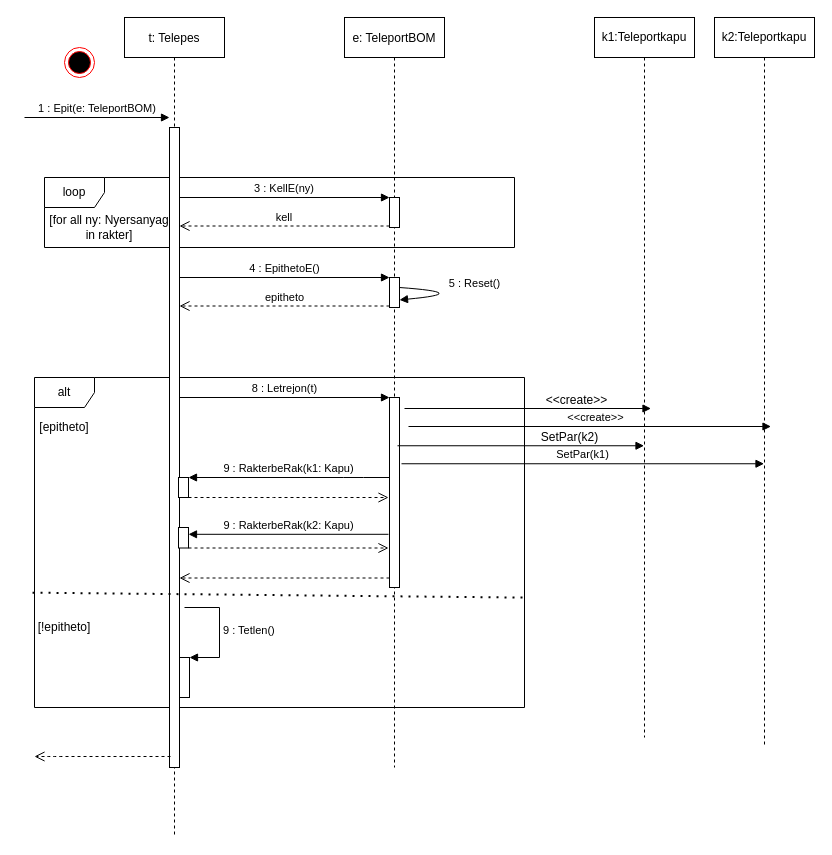
Earlier version of the draw.io diagram page "Page-2" (1 of 2) of doc/uml/szekvencia_teleportEpit.drawio (torpeBoiGo/aszteroidabanyaszat). Source tidied: cells renumbered, new cells numbered last; positions are measured from the earlier drawing's top-left corner, leaving out a move shared by most shapes. Both pictures are drawn from the tidied source at 100%, with x=0, y=0 at pixel (24, 17).
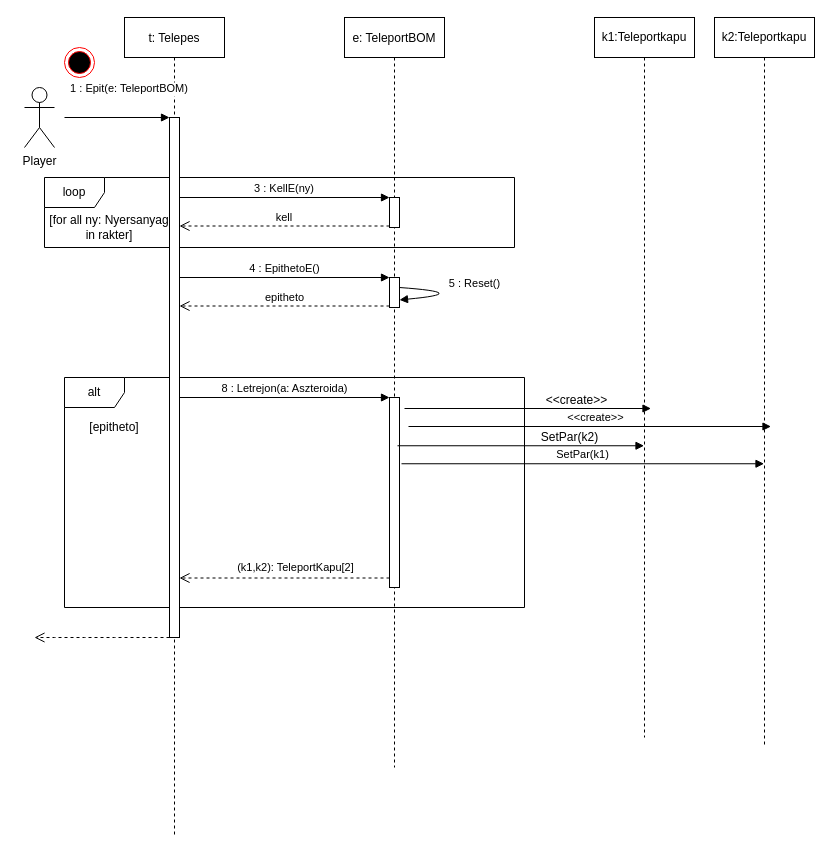
The same diagram, later.

The change refers to these unchanged cells:
```xml
<mxCell id="5" value="t: Telepes" style="shape=umlLifeline;perimeter=lifelinePerimeter;rounded=0;shadow=0;strokeWidth=1;" parent="1" vertex="1">
  <mxGeometry x="100" width="100" height="820" as="geometry" />
</mxCell>
<mxCell id="15" style="html=1;points=[];perimeter=orthogonalPerimeter;" parent="12" vertex="1">
  <mxGeometry x="45" y="380" width="10" height="190" as="geometry" />
</mxCell>
<mxCell id="26" style="html=1;verticalAlign=bottom;endArrow=open;dashed=1;endSize=8;exitX=0;exitY=0.95;" parent="1" edge="1" source="15" target="6">
  <mxGeometry relative="1" as="geometry" />
</mxCell>
```

What changed in the source:
```diff
@@
     <mxCell id="2" value="alt" style="shape=umlFrame;whiteSpace=wrap;html=1;" parent="1" vertex="1">
-      <mxGeometry x="10" y="360" width="490" height="330" as="geometry" />
+      <mxGeometry x="40" y="360" width="460" height="230" as="geometry" />
     </mxCell>
@@
     <mxCell id="6" style="html=1;points=[];perimeter=orthogonalPerimeter;" parent="5" vertex="1">
-      <mxGeometry x="45" y="110" width="10" height="640" as="geometry" />
+      <mxGeometry x="45" y="100" width="10" height="520" as="geometry" />
     </mxCell>
-    <mxCell id="7" style="html=1;points=[];perimeter=orthogonalPerimeter;" parent="5" vertex="1">
-      <mxGeometry x="55" y="640" width="10" height="40" as="geometry" />
-    </mxCell>
-    <mxCell id="8" value="9 : Tetlen()" style="edgeStyle=orthogonalEdgeStyle;html=1;align=left;spacingLeft=2;endArrow=block;rounded=0;entryX=1;entryY=0;" parent="5" edge="1" target="7">
-      <mxGeometry relative="1" as="geometry">
-        <mxPoint x="60" y="590" as="sourcePoint" />
-        <Array as="points">
-          <mxPoint x="95" y="590" />
-          <mxPoint x="95" y="640" />
-        </Array>
-      </mxGeometry>
-    </mxCell>
-    <mxCell id="9" style="html=1;points=[];perimeter=orthogonalPerimeter;" parent="5" vertex="1">
-      <mxGeometry x="54" y="510" width="10" height="20.5" as="geometry" />
-    </mxCell>
-    <mxCell id="10" style="html=1;points=[];perimeter=orthogonalPerimeter;" parent="5" vertex="1">
-      <mxGeometry x="54" y="460" width="10" height="20" as="geometry" />
-    </mxCell>
-    <mxCell id="11" style="html=1;verticalAlign=bottom;endArrow=open;dashed=1;endSize=8;" parent="5" edge="1" source="10">
-      <mxGeometry relative="1" as="geometry">
-        <mxPoint x="264" y="480" as="targetPoint" />
-        <Array as="points">
-          <mxPoint x="139" y="480" />
-        </Array>
-      </mxGeometry>
-    </mxCell>
@@
     <mxCell id="19" value="[epitheto]" style="text;html=1;strokeColor=none;fillColor=none;align=center;verticalAlign=middle;whiteSpace=wrap;rounded=0;" parent="1" vertex="1">
-      <mxGeometry x="20" y="400" width="40" height="20" as="geometry" />
+      <mxGeometry x="70" y="400" width="40" height="20" as="geometry" />
     </mxCell>
@@
     <mxCell id="21" value="1 : Epit(e: TeleportBOM)" style="verticalAlign=bottom;startArrow=none;endArrow=block;startSize=8;shadow=0;strokeWidth=1;startFill=0;" parent="1" edge="1">
-      <mxGeometry relative="1" as="geometry">
-        <mxPoint y="100" as="sourcePoint" />
+      <mxGeometry x="0.24" y="20" relative="1" as="geometry">
+        <mxPoint x="40" y="100" as="sourcePoint" />
         <mxPoint x="145" y="100" as="targetPoint" />
       </mxGeometry>
     </mxCell>
-    <mxCell id="22" style="html=1;verticalAlign=bottom;endArrow=open;dashed=1;endSize=8;" parent="1" edge="1">
+    <mxCell id="22" style="html=1;verticalAlign=bottom;endArrow=open;dashed=1;endSize=8;" parent="1" edge="1" source="6">
       <mxGeometry relative="1" as="geometry">
-        <mxPoint x="146" y="739" as="sourcePoint" />
-        <mxPoint x="10" y="739" as="targetPoint" />
+        <mxPoint x="10" y="620" as="targetPoint" />
         <Array as="points">
-          <mxPoint x="90" y="739" />
-          <mxPoint x="60" y="739" />
-          <mxPoint x="30" y="739" />
+          <mxPoint x="100" y="620" />
+          <mxPoint x="70" y="620" />
+          <mxPoint x="40" y="620" />
         </Array>
       </mxGeometry>
     </mxCell>
-    <mxCell id="23" style="endArrow=none;dashed=1;html=1;dashPattern=1 3;strokeWidth=2;entryX=0.998;entryY=0.667;entryDx=0;entryDy=0;entryPerimeter=0;exitX=-0.004;exitY=0.652;exitDx=0;exitDy=0;exitPerimeter=0;" parent="1" edge="1" source="2" target="2">
-      <mxGeometry relative="1" as="geometry" />
-    </mxCell>
-    <mxCell id="24" value="[!epitheto]" style="text;html=1;strokeColor=none;fillColor=none;align=center;verticalAlign=middle;whiteSpace=wrap;rounded=0;" parent="1" vertex="1">
-      <mxGeometry x="20" y="600" width="40" height="20" as="geometry" />
-    </mxCell>
-    <mxCell id="25" value="8 : Letrejon(t)" style="html=1;verticalAlign=bottom;endArrow=block;entryX=0;entryY=0;" parent="1" edge="1" source="6" target="15">
+    <mxCell id="25" value="8 : Letrejon(a: Aszteroida)" style="html=1;verticalAlign=bottom;endArrow=block;entryX=0;entryY=0;" parent="1" edge="1" source="6" target="15">
       <mxGeometry relative="1" as="geometry" />
     </mxCell>
@@
-    <mxCell id="27" value="9 : RakterbeRak(k2: Kapu)" style="html=1;verticalAlign=bottom;endArrow=block;exitX=0.45;exitY=0.649;exitDx=0;exitDy=0;exitPerimeter=0;" parent="1" edge="1" target="9">
-      <mxGeometry relative="1" as="geometry">
-        <mxPoint x="364" y="516.8" as="sourcePoint" />
-      </mxGeometry>
-    </mxCell>
-    <mxCell id="28" style="html=1;verticalAlign=bottom;endArrow=open;dashed=1;endSize=8;" parent="1" edge="1" source="9">
-      <mxGeometry relative="1" as="geometry">
-        <mxPoint x="364" y="530.5" as="targetPoint" />
-        <Array as="points">
-          <mxPoint x="239" y="530.5" />
-        </Array>
-      </mxGeometry>
-    </mxCell>
+    <mxCell id="40" value="(k1,k2): TeleportKapu[2]" style="edgeLabel;html=1;align=center;verticalAlign=middle;" parent="26" vertex="1">
+      <mxGeometry x="-0.2" y="-3" relative="1" as="geometry">
+        <mxPoint x="-11" y="-7.5" as="offset" />
+      </mxGeometry>
+    </mxCell>
@@
-    <mxCell id="31" value="9 : RakterbeRak(k1: Kapu)" style="html=1;verticalAlign=bottom;endArrow=block;exitX=0.1;exitY=0.263;exitDx=0;exitDy=0;exitPerimeter=0;" parent="1" edge="1" target="10">
-      <mxGeometry relative="1" as="geometry">
-        <mxPoint x="365" y="460" as="sourcePoint" />
-        <Array as="points">
-          <mxPoint x="329" y="460" />
-        </Array>
-      </mxGeometry>
-    </mxCell>
@@
+    <mxCell id="41" value="Player" style="shape=umlActor;verticalLabelPosition=bottom;verticalAlign=top;html=1;" parent="1" vertex="1">
+      <mxGeometry y="70" width="30" height="60" as="geometry" />
+    </mxCell>
```
